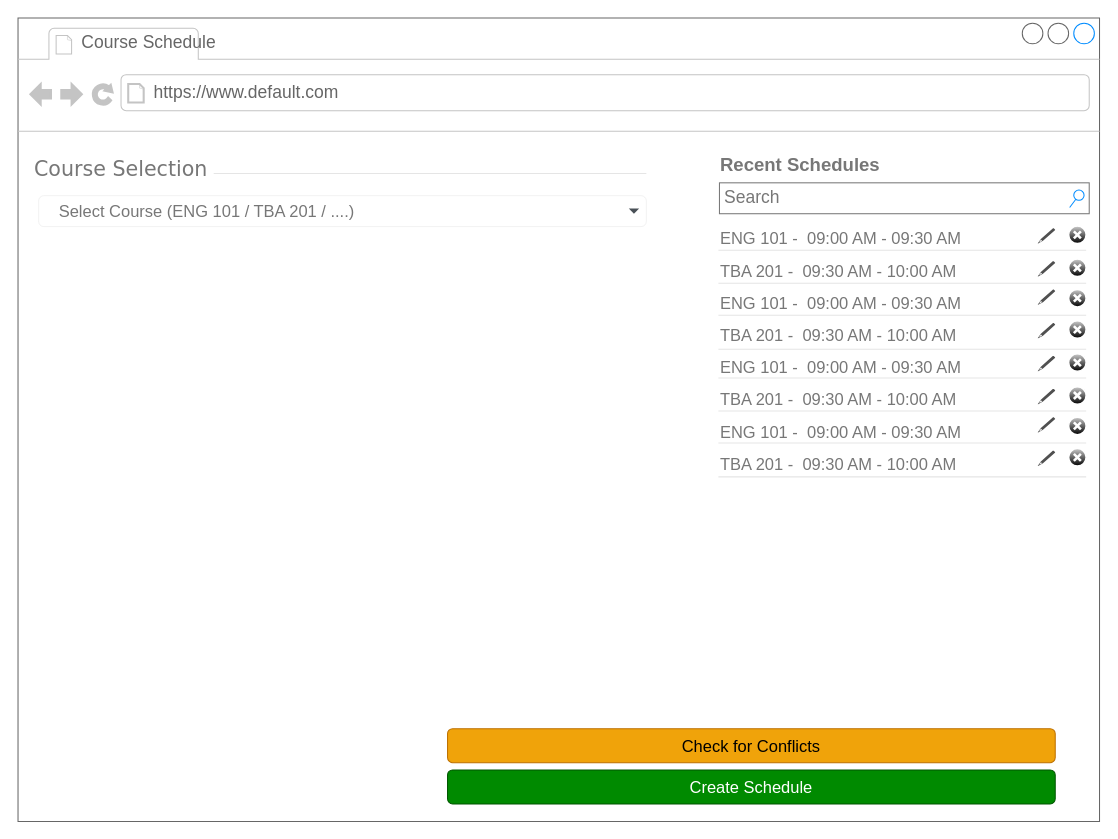
Before: page "Content Delivery and Interaction" (7 of 7) of 02 - LMS-SysCollege/04 - UI_Designs/WireFrame.drawio in ZohaibWaqarMalik/Technical-Business-Analyst-Projects, a draw.io diagram. Source tidied: cells renumbered, new cells numbered last; positions are measured from the earlier drawing's top-left corner, leaving out a move shared by most shapes. Both pictures are drawn from the tidied source at 103%, with x=0, y=0 at pixel (18, 18).
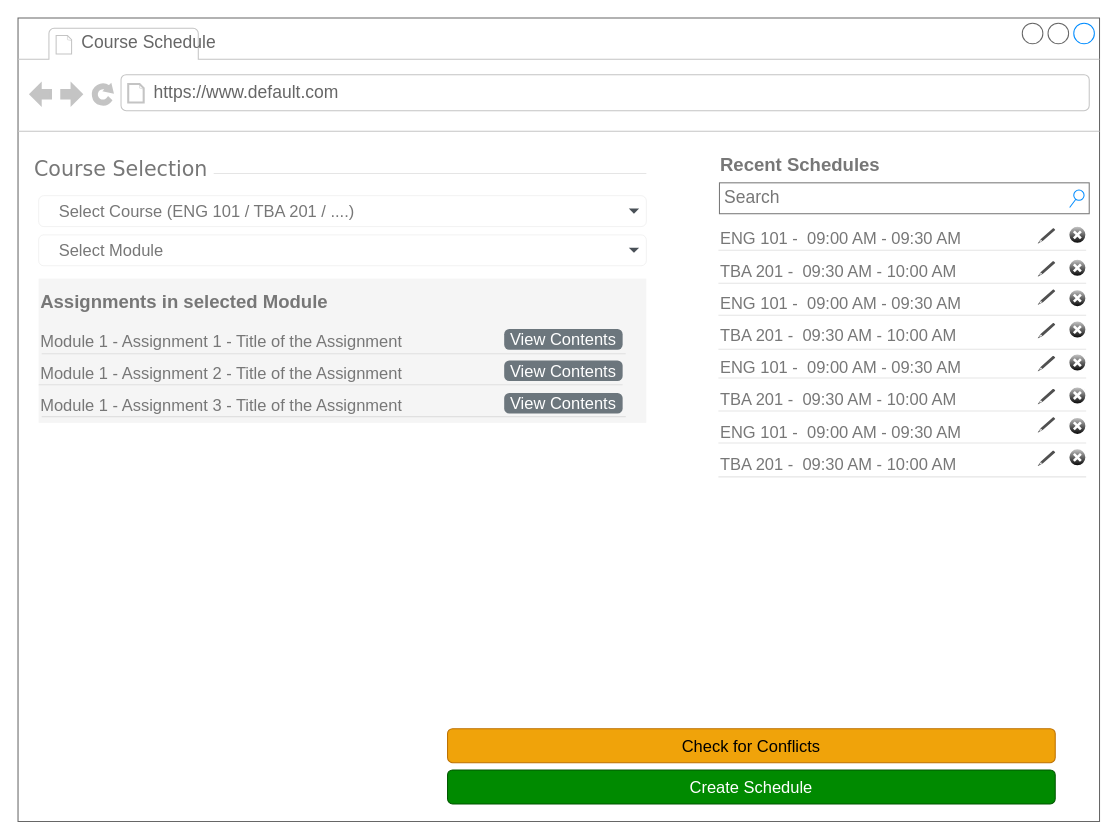
The same diagram, later.

The change refers to these unchanged cells:
```xml
<mxCell id="2" style="strokeWidth=1;shadow=0;dashed=0;align=center;html=1;shape=mxgraph.mockup.containers.browserWindow;rSize=0;strokeColor=#666666;mainText=,;rounded=0;labelBackgroundColor=none;fontFamily=Verdana;fontSize=12;" parent="1" vertex="1">
  <mxGeometry width="1050" height="780" as="geometry" />
</mxCell>
```

Change to the diagram source:
```diff
@@
+    <mxCell id="37" value="&lt;h1 style=&quot;margin-top: 0px;&quot;&gt;&lt;font style=&quot;font-size: 18px; color: rgb(119, 119, 119);&quot;&gt;Assignments in selected Module&lt;/font&gt;&lt;/h1&gt;&lt;p&gt;&lt;font style=&quot;font-size: 16px; color: rgb(119, 119, 119);&quot;&gt;&lt;span style=&quot;background-color: transparent;&quot;&gt;Module 1 - Assignment 1 - Title of the Assignment&lt;/span&gt;&lt;/font&gt;&lt;/p&gt;&lt;p&gt;&lt;span style=&quot;color: rgb(119, 119, 119); font-size: 16px;&quot;&gt;Module 1 - Assignment 2 - Title of the Assignment&lt;/span&gt;&lt;/p&gt;&lt;p&gt;&lt;span style=&quot;color: rgb(119, 119, 119); font-size: 16px;&quot;&gt;Module 1 - Assignment 3 - Title of the Assignment&lt;/span&gt;&lt;/p&gt;" style="text;html=1;whiteSpace=wrap;overflow=hidden;rounded=0;fillColor=#f5f5f5;strokeColor=none;fontColor=#333333;" parent="2" vertex="1">
+      <mxGeometry x="20" y="253" width="590" height="140" as="geometry" />
+    </mxCell>
+    <mxCell id="38" value="&lt;span style=&quot;font-size: 16px;&quot;&gt;Select Module&lt;/span&gt;" style="html=1;shadow=0;dashed=0;shape=mxgraph.bootstrap.rrect;rSize=5;strokeColor=#777777;strokeWidth=0;fillColor=#ffffff;fontColor=#777777;whiteSpace=wrap;align=left;verticalAlign=middle;fontStyle=0;fontSize=18;spacing=20;" parent="2" vertex="1">
+      <mxGeometry x="20" y="210.5" width="590" height="30" as="geometry" />
+    </mxCell>
+    <mxCell id="39" style="shape=triangle;direction=south;fillColor=#495057;strokeColor=none;perimeter=none;" parent="38" vertex="1">
+      <mxGeometry x="1" y="0.5" width="10" height="5" relative="1" as="geometry">
+        <mxPoint x="-17" y="-2.5" as="offset" />
+      </mxGeometry>
+    </mxCell>
+    <mxCell id="40" style="dashed=0;shape=line;strokeWidth=1;noLabel=1;strokeColor=#cccccc;opacity=50;fontSize=14;" parent="2" vertex="1">
+      <mxGeometry x="23" y="325.5" width="567" height="1" as="geometry" />
+    </mxCell>
+    <mxCell id="41" style="dashed=0;shape=line;strokeWidth=1;noLabel=1;strokeColor=#cccccc;opacity=50;fontSize=14;" parent="2" vertex="1">
+      <mxGeometry x="20" y="355.5" width="567" height="1" as="geometry" />
+    </mxCell>
+    <mxCell id="42" style="dashed=0;shape=line;strokeWidth=1;noLabel=1;strokeColor=#cccccc;opacity=50;fontSize=14;" parent="2" vertex="1">
+      <mxGeometry x="23" y="386.5" width="567" height="1" as="geometry" />
+    </mxCell>
+    <mxCell id="43" value="View Contents" style="html=1;shadow=0;dashed=0;shape=mxgraph.bootstrap.rrect;rSize=5;strokeColor=none;strokeWidth=1;fillColor=#6C767D;fontColor=#FFFFFF;whiteSpace=wrap;align=center;verticalAlign=middle;spacingLeft=0;fontStyle=0;fontSize=16;spacing=5;" parent="2" vertex="1">
+      <mxGeometry x="472" y="302" width="115" height="20" as="geometry" />
+    </mxCell>
+    <mxCell id="44" value="View Contents" style="html=1;shadow=0;dashed=0;shape=mxgraph.bootstrap.rrect;rSize=5;strokeColor=none;strokeWidth=1;fillColor=#6C767D;fontColor=#FFFFFF;whiteSpace=wrap;align=center;verticalAlign=middle;spacingLeft=0;fontStyle=0;fontSize=16;spacing=5;" parent="2" vertex="1">
+      <mxGeometry x="472" y="332.5" width="115" height="20" as="geometry" />
+    </mxCell>
+    <mxCell id="45" value="View Contents" style="html=1;shadow=0;dashed=0;shape=mxgraph.bootstrap.rrect;rSize=5;strokeColor=none;strokeWidth=1;fillColor=#6C767D;fontColor=#FFFFFF;whiteSpace=wrap;align=center;verticalAlign=middle;spacingLeft=0;fontStyle=0;fontSize=16;spacing=5;" parent="2" vertex="1">
+      <mxGeometry x="472" y="364" width="115" height="20" as="geometry" />
+    </mxCell>
```
